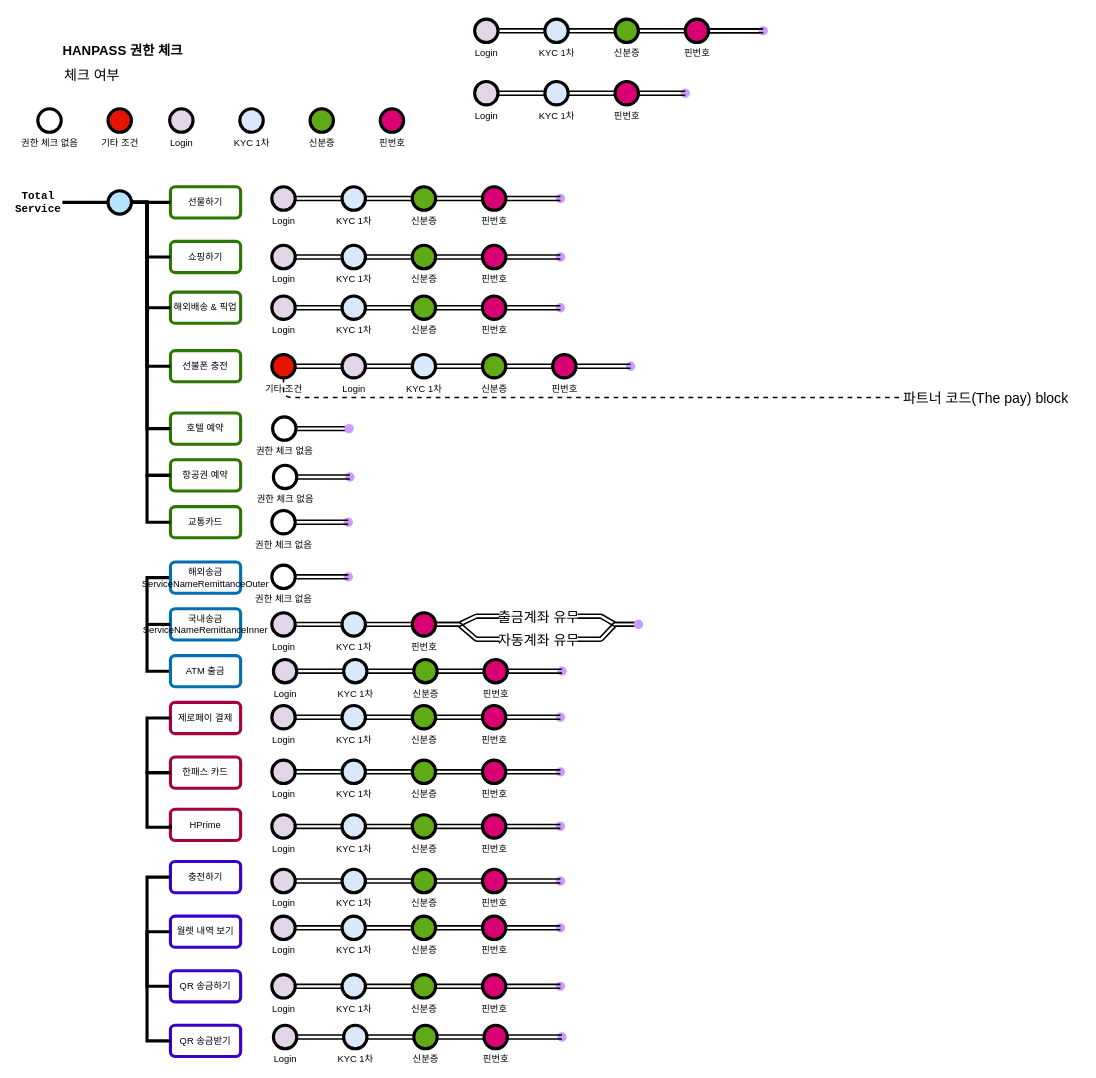
Above: [대외비] iOS 권한 체크 .drawio in kwangho2716/Auth_Draw_Gram (draw.io), before the change. Source tidied: cells renumbered, new cells numbered last; positions are measured from the earlier drawing's top-left corner, leaving out a move shared by most shapes. Both pictures are drawn from the tidied source at 78%, with x=0, y=0 at pixel (13, 15).
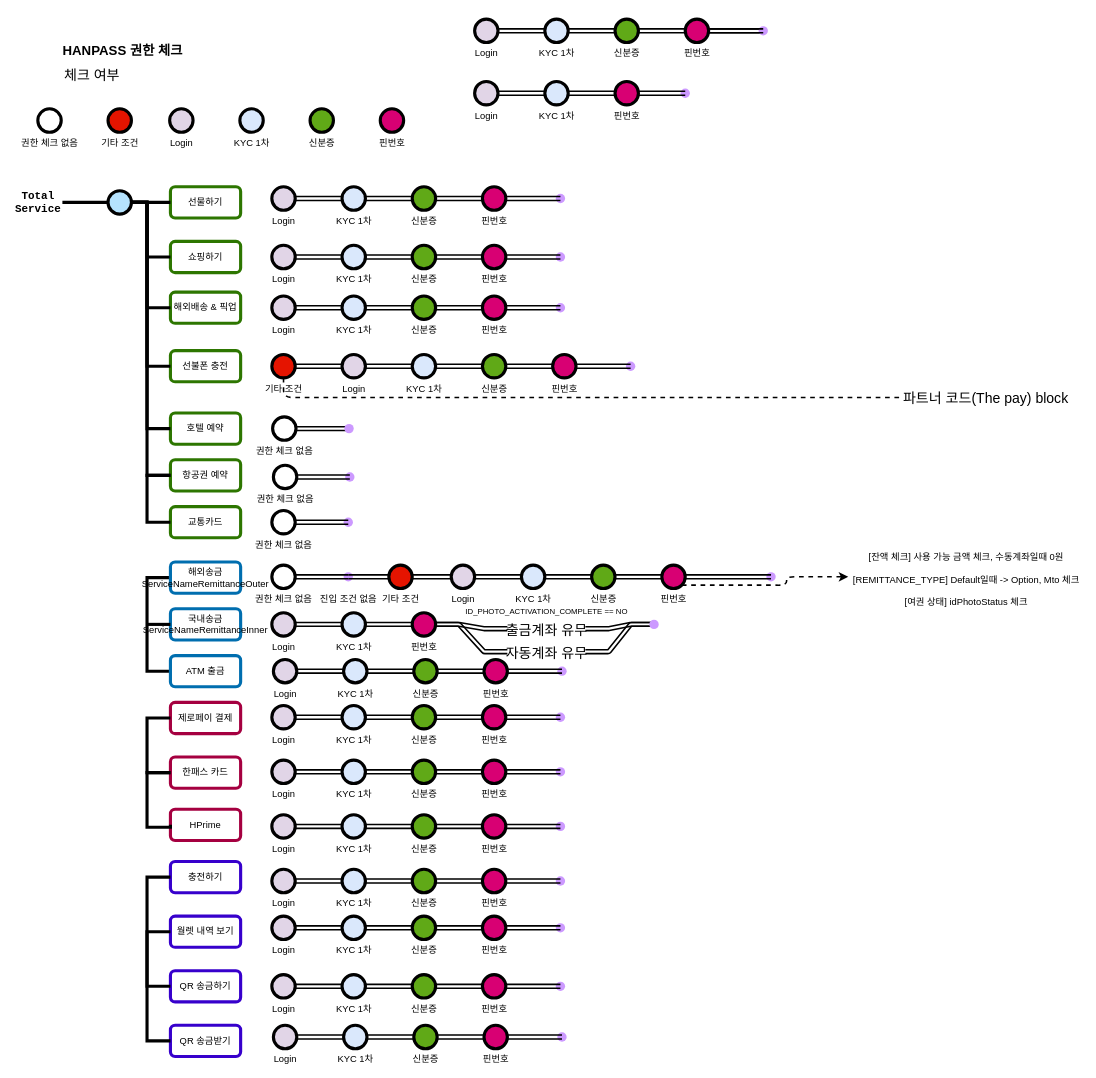
The same page after the edit.

Commit message (it also covers changes not shown here):
[대외비] iOS 권한 체크 .drawio 업데이트

The change refers to these unchanged cells:
```xml
<mxCell id="197" style="shape=waypoint;sketch=0;size=6;points=[];fillColor=#e1d5e7;perimeter=centerPerimeter;snapToPoint=1;verticalAlign=top;strokeWidth=4;strokeColor=#CC99FF;" parent="195" vertex="1">
  <mxGeometry x="78" width="40" height="40" as="geometry" />
</mxCell>
```

Change to the diagram source:
```diff
@@
     <mxCell id="195" style="group;" parent="1" vertex="1">
-      <mxGeometry x="331" y="700" width="118" height="40" as="geometry" />
+      <mxGeometry x="331" y="700" width="148" height="75" as="geometry" />
     </mxCell>
@@
+    <mxCell id="214" value="&lt;span style=&quot;font-size: 12px; font-weight: normal;&quot;&gt;진입 조건 없음&lt;/span&gt;" style="text;strokeColor=none;fillColor=none;html=1;fontSize=24;fontStyle=1;verticalAlign=middle;align=center;fillStyle=auto;fontColor=none;" parent="195" vertex="1">
+      <mxGeometry x="57" y="37" width="82" height="15" as="geometry" />
+    </mxCell>
@@
     <mxCell id="208" value="&lt;span style=&quot;font-size: 18px; font-weight: 400;&quot;&gt;출금계좌 유무&lt;/span&gt;" style="text;strokeColor=none;fillColor=none;html=1;fontSize=24;fontStyle=1;verticalAlign=middle;align=center;fillStyle=auto;fontColor=#000000;" parent="1" vertex="1">
-      <mxGeometry x="623" y="761" width="100" height="19" as="geometry" />
+      <mxGeometry x="633" y="777" width="100" height="19" as="geometry" />
     </mxCell>
@@
     <mxCell id="210" value="&lt;font style=&quot;font-size: 18px; font-weight: normal;&quot;&gt;자동계좌 유무&lt;/font&gt;" style="text;strokeColor=none;fillColor=none;html=1;fontSize=24;fontStyle=1;verticalAlign=middle;align=center;fillStyle=auto;fontColor=#000000;" parent="1" vertex="1">
-      <mxGeometry x="623" y="790" width="100" height="20" as="geometry" />
+      <mxGeometry x="633" y="806" width="100" height="20" as="geometry" />
     </mxCell>
     <mxCell id="211" style="shape=waypoint;sketch=0;size=6;points=[];fillColor=#e1d5e7;perimeter=centerPerimeter;snapToPoint=1;verticalAlign=top;strokeWidth=4;strokeColor=#CC99FF;" parent="1" vertex="1">
-      <mxGeometry x="781" y="761" width="40" height="40" as="geometry" />
+      <mxGeometry x="801" y="761" width="40" height="40" as="geometry" />
     </mxCell>
@@
+    <mxCell id="215" value="&lt;span style=&quot;font-weight: normal;&quot;&gt;&lt;font style=&quot;font-size: 10px;&quot;&gt;ID_PHOTO_ACTIVATION_COMPLETE == NO&lt;br&gt;&lt;/font&gt;&lt;/span&gt;" style="text;strokeColor=none;fillColor=none;html=1;fontSize=24;fontStyle=1;verticalAlign=bottom;align=center;fillStyle=auto;fontColor=none;horizontal=1;" parent="1" vertex="1">
+      <mxGeometry x="574" y="758" width="218" height="19" as="geometry" />
+    </mxCell>
+    <mxCell id="216" style="group;" parent="1" vertex="1">
+      <mxGeometry x="561" y="700" width="390" height="40" as="geometry" />
+    </mxCell>
+    <mxCell id="217" value="KYC 1차" style="verticalLabelPosition=bottom;verticalAlign=top;html=1;strokeWidth=4;shape=mxgraph.flowchart.on-page_reference;plain-blue;gradientColor=none;strokeColor=#000000;" parent="216" vertex="1">
+      <mxGeometry x="90" y="5" width="30" height="30" as="geometry" />
+    </mxCell>
+    <mxCell id="218" style="edgeStyle=entityRelationEdgeStyle;shape=link;rounded=1;sketch=0;jettySize=auto;html=1;entryX=0;entryY=0.5;entryDx=0;entryDy=0;entryPerimeter=0;shadow=0;fontSize=18;fontColor=#000000;startSize=6;endSize=6;sourcePerimeterSpacing=0;targetPerimeterSpacing=0;strokeColor=default;strokeWidth=2;" parent="216" edge="1" source="219" target="217">
+      <mxGeometry relative="1" as="geometry" />
+    </mxCell>
+    <mxCell id="219" value="Login" style="verticalLabelPosition=bottom;verticalAlign=top;html=1;strokeWidth=4;shape=mxgraph.flowchart.on-page_reference;plain-purple;gradientColor=none;strokeColor=#000000;" parent="216" vertex="1">
+      <mxGeometry y="5" width="30" height="30" as="geometry" />
+    </mxCell>
+    <mxCell id="220" value="&lt;font color=&quot;#000000&quot;&gt;신분증&lt;/font&gt;" style="verticalLabelPosition=bottom;verticalAlign=top;html=1;strokeWidth=4;shape=mxgraph.flowchart.on-page_reference;strokeColor=#000000;fillColor=#60a917;fontColor=#ffffff;" parent="216" vertex="1">
+      <mxGeometry x="180" y="5" width="30" height="30" as="geometry" />
+    </mxCell>
+    <mxCell id="221" style="edgeStyle=entityRelationEdgeStyle;shape=link;rounded=1;sketch=0;jettySize=auto;html=1;entryX=0;entryY=0.5;entryDx=0;entryDy=0;entryPerimeter=0;shadow=0;fontSize=18;fontColor=#000000;startSize=6;endSize=6;sourcePerimeterSpacing=0;targetPerimeterSpacing=0;strokeColor=default;strokeWidth=2;" parent="216" edge="1" source="217" target="220">
+      <mxGeometry relative="1" as="geometry" />
+    </mxCell>
+    <mxCell id="222" value="&lt;font color=&quot;#000000&quot;&gt;핀번호&lt;/font&gt;" style="verticalLabelPosition=bottom;verticalAlign=top;html=1;strokeWidth=4;shape=mxgraph.flowchart.on-page_reference;strokeColor=default;fillColor=#d80073;fontColor=#ffffff;" parent="216" vertex="1">
+      <mxGeometry x="270" y="5" width="30" height="30" as="geometry" />
+    </mxCell>
+    <mxCell id="223" style="edgeStyle=entityRelationEdgeStyle;shape=link;rounded=1;sketch=0;jettySize=auto;html=1;entryX=0;entryY=0.5;entryDx=0;entryDy=0;entryPerimeter=0;shadow=0;fontSize=18;fontColor=#000000;startSize=6;endSize=6;sourcePerimeterSpacing=0;targetPerimeterSpacing=0;strokeColor=default;strokeWidth=2;" parent="216" edge="1" source="220" target="222">
+      <mxGeometry relative="1" as="geometry" />
+    </mxCell>
+    <mxCell id="224" style="edgeStyle=entityRelationEdgeStyle;shape=link;rounded=1;sketch=0;jettySize=auto;html=1;entryX=0;entryY=0.5;entryDx=0;entryDy=0;entryPerimeter=0;shadow=0;labelBackgroundColor=none;fontSize=10;fontColor=none;sourcePerimeterSpacing=0;targetPerimeterSpacing=0;strokeColor=default;strokeWidth=2;" parent="1" edge="1" source="225" target="219">
+      <mxGeometry relative="1" as="geometry" />
+    </mxCell>
+    <mxCell id="225" value="&lt;font color=&quot;#000000&quot;&gt;기타 조건&lt;/font&gt;" style="verticalLabelPosition=bottom;verticalAlign=top;html=1;strokeWidth=4;shape=mxgraph.flowchart.on-page_reference;strokeColor=default;fillColor=#e51400;fontColor=#ffffff;" parent="1" vertex="1">
+      <mxGeometry x="481" y="705" width="30" height="30" as="geometry" />
+    </mxCell>
+    <mxCell id="226" style="edgeStyle=entityRelationEdgeStyle;rounded=1;sketch=0;jettySize=auto;html=1;entryX=0;entryY=0.5;entryDx=0;entryDy=0;entryPerimeter=0;shadow=0;labelBackgroundColor=none;fontSize=10;fontColor=none;sourcePerimeterSpacing=0;targetPerimeterSpacing=0;strokeColor=default;strokeWidth=2;shape=link;" parent="1" edge="1" source="197" target="225">
+      <mxGeometry relative="1" as="geometry" />
+    </mxCell>
+    <mxCell id="227" style="shape=waypoint;sketch=0;size=6;points=[];fillColor=#d80073;perimeter=centerPerimeter;snapToPoint=1;verticalAlign=top;fontColor=#000000;strokeWidth=4;strokeColor=#CC99FF;" parent="1" vertex="1">
+      <mxGeometry x="951" y="700" width="40" height="40" as="geometry" />
+    </mxCell>
+    <mxCell id="228" style="edgeStyle=entityRelationEdgeStyle;shape=link;rounded=1;sketch=0;jettySize=auto;html=1;shadow=0;fontSize=18;fontColor=#000000;startSize=6;endSize=6;sourcePerimeterSpacing=0;targetPerimeterSpacing=0;strokeColor=default;strokeWidth=2;" parent="1" edge="1" source="222" target="227">
+      <mxGeometry relative="1" as="geometry" />
+    </mxCell>
+    <mxCell id="229" style="edgeStyle=orthogonalEdgeStyle;rounded=1;sketch=0;jettySize=auto;html=1;exitX=0.855;exitY=0.855;exitDx=0;exitDy=0;exitPerimeter=0;shadow=0;dashed=1;labelBackgroundColor=none;fontSize=12;fontColor=none;sourcePerimeterSpacing=0;targetPerimeterSpacing=0;strokeColor=default;strokeWidth=2;entryX=0;entryY=0.5;entryDx=0;entryDy=0;" parent="1" edge="1" source="222" target="230">
+      <mxGeometry relative="1" as="geometry">
+        <Array as="points">
+          <mxPoint x="991" y="731" />
+          <mxPoint x="991" y="720" />
+        </Array>
+      </mxGeometry>
+    </mxCell>
+    <mxCell id="230" value="&lt;span style=&quot;font-size: 12px; font-weight: 400;&quot;&gt;[잔액 체크] 사용 가능 금액 체크, 수동계좌일때 0원&lt;br&gt;[REMITTANCE_TYPE] Default일때 -&amp;gt; Option, Mto 체크&lt;br&gt;[여권 상태] idPhotoStatus 체크&lt;br&gt;&lt;/span&gt;" style="text;strokeColor=none;fillColor=none;html=1;fontSize=24;fontStyle=1;verticalAlign=middle;align=center;fillStyle=auto;fontColor=none;" parent="1" vertex="1">
+      <mxGeometry x="1070" y="700" width="301" height="40" as="geometry" />
+    </mxCell>
```
